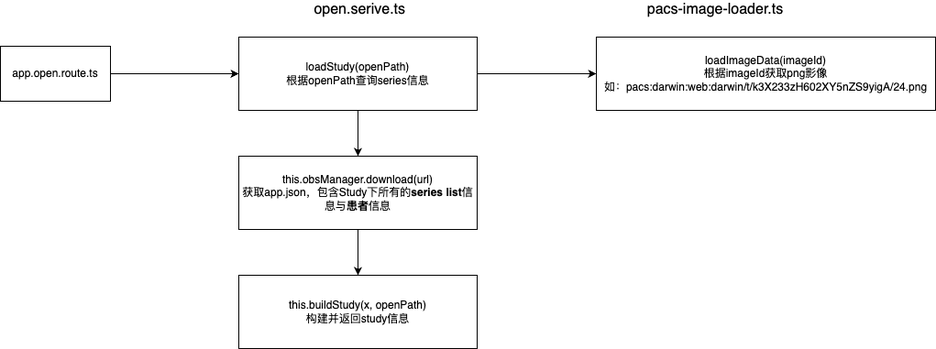
This is 影像阅片器.drawio.png from JYbill/draw, a draw.io export, as it was before one commit. Source tidied: cells renumbered, new cells last; positions are measured from the earlier drawing's top-left corner, leaving out a move shared by most shapes. Its diagram source:
```xml
<mxGraphModel>
  <root>
    <mxCell id="0" />
    <mxCell id="1" parent="0" />
    <mxCell id="2" style="edgeStyle=orthogonalEdgeStyle;rounded=0;jettySize=auto;html=1;exitX=1;exitY=0.5;exitDx=0;exitDy=0;" parent="1" edge="1" source="3" target="6">
      <mxGeometry relative="1" as="geometry" />
    </mxCell>
    <mxCell id="3" value="app.open.route.ts" style="rounded=0;whiteSpace=wrap;html=1;" parent="1" vertex="1">
      <mxGeometry y="50" width="120" height="60" as="geometry" />
    </mxCell>
    <mxCell id="4" style="edgeStyle=orthogonalEdgeStyle;rounded=0;jettySize=auto;html=1;exitX=0.5;exitY=1;exitDx=0;exitDy=0;" parent="1" edge="1" source="6" target="9">
      <mxGeometry relative="1" as="geometry" />
    </mxCell>
    <mxCell id="5" style="edgeStyle=orthogonalEdgeStyle;rounded=0;jettySize=auto;html=1;exitX=1;exitY=0.5;exitDx=0;exitDy=0;entryX=0;entryY=0.5;entryDx=0;entryDy=0;" parent="1" edge="1" source="6" target="12">
      <mxGeometry relative="1" as="geometry" />
    </mxCell>
    <mxCell id="6" value="loadStudy(openPath)&lt;br&gt;根据openPath查询series信息" style="rounded=0;whiteSpace=wrap;html=1;" parent="1" vertex="1">
      <mxGeometry x="260" y="40" width="260" height="80" as="geometry" />
    </mxCell>
    <mxCell id="7" value="&amp;nbsp;open.serive.ts" style="text;html=1;strokeColor=none;fillColor=none;align=center;verticalAlign=middle;whiteSpace=wrap;rounded=0;fontSize=16;" parent="1" vertex="1">
      <mxGeometry x="325" width="130" height="20" as="geometry" />
    </mxCell>
    <mxCell id="8" style="edgeStyle=orthogonalEdgeStyle;rounded=0;jettySize=auto;html=1;exitX=0.5;exitY=1;exitDx=0;exitDy=0;" parent="1" edge="1" source="9" target="10">
      <mxGeometry relative="1" as="geometry" />
    </mxCell>
    <mxCell id="9" value="this.obsManager.download(url)&lt;br&gt;获取app.json，包含Study下所有的&lt;b&gt;series list&lt;/b&gt;信息与&lt;b&gt;患者&lt;/b&gt;信息" style="rounded=0;whiteSpace=wrap;html=1;" parent="1" vertex="1">
      <mxGeometry x="260" y="170" width="260" height="80" as="geometry" />
    </mxCell>
    <mxCell id="10" value="this.buildStudy(x, openPath)&lt;br&gt;构建并返回study信息" style="rounded=0;whiteSpace=wrap;html=1;" parent="1" vertex="1">
      <mxGeometry x="260" y="300" width="260" height="80" as="geometry" />
    </mxCell>
    <mxCell id="11" value="pacs-image-loader.ts" style="text;html=1;strokeColor=none;fillColor=none;align=center;verticalAlign=middle;whiteSpace=wrap;rounded=0;fontSize=16;" parent="1" vertex="1">
      <mxGeometry x="690" width="180" height="20" as="geometry" />
    </mxCell>
    <mxCell id="12" value="loadImageData(imageId)&lt;br&gt;根据imageId获取png影像&lt;br&gt;如：pacs:darwin:web:darwin/t/k3X233zH602XY5nZS9yigA/24.png" style="rounded=0;whiteSpace=wrap;html=1;" parent="1" vertex="1">
      <mxGeometry x="650" y="40" width="370" height="80" as="geometry" />
    </mxCell>
  </root>
</mxGraphModel>
```
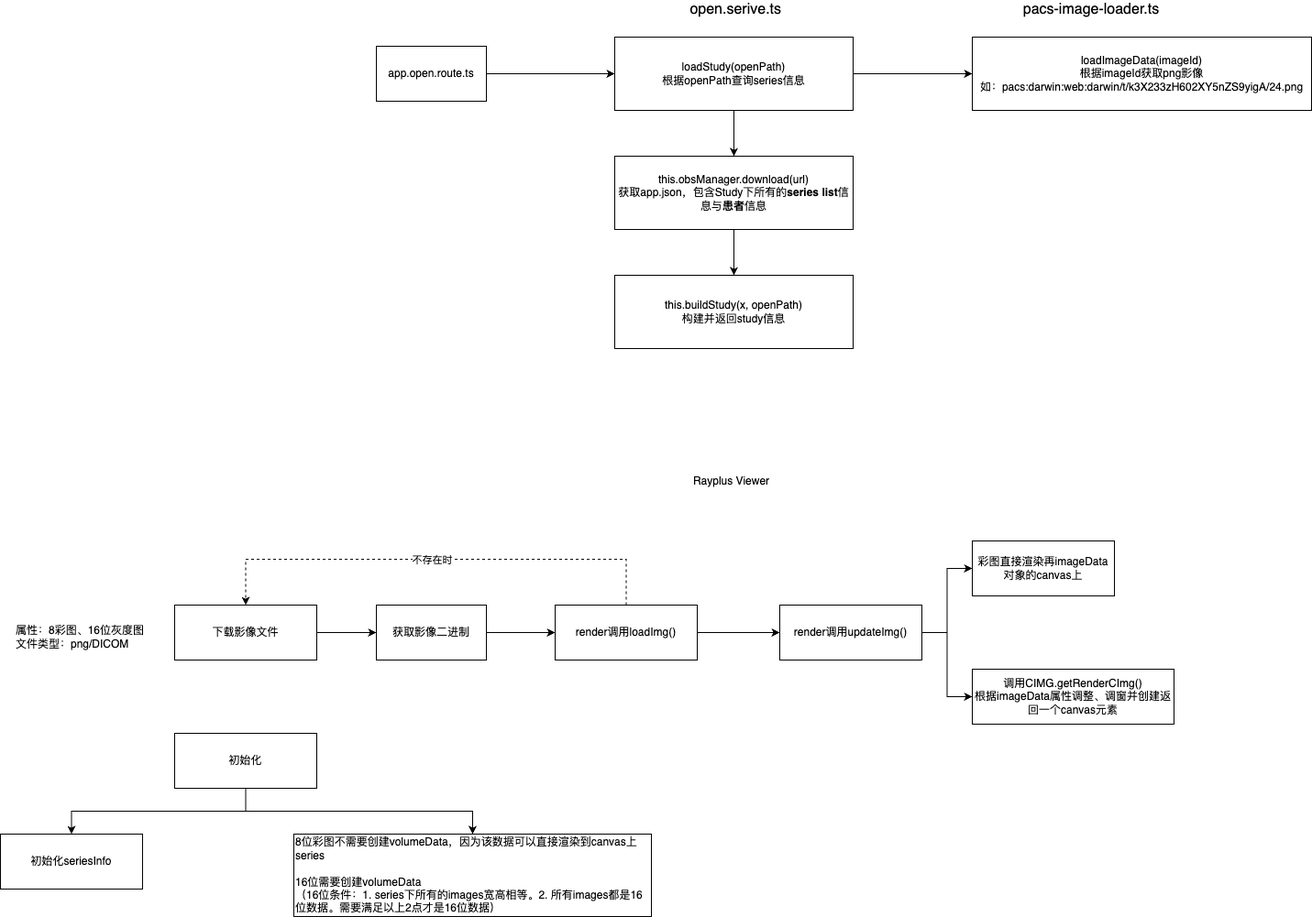
The same diagram one commit later.

Commit message:
更新影像阅片器.drawio.png

Change to the diagram source:
```diff
@@ -35,5 +35,72 @@
     <mxCell id="12" value="loadImageData(imageId)&lt;br&gt;根据imageId获取png影像&lt;br&gt;如：pacs:darwin:web:darwin/t/k3X233zH602XY5nZS9yigA/24.png" style="rounded=0;whiteSpace=wrap;html=1;" parent="1" vertex="1">
       <mxGeometry x="650" y="40" width="370" height="80" as="geometry" />
     </mxCell>
+    <mxCell id="13" value="Rayplus Viewer" style="text;html=1;strokeColor=none;fillColor=none;align=center;verticalAlign=middle;whiteSpace=wrap;rounded=0;" parent="1" vertex="1">
+      <mxGeometry x="255" y="510" width="265" height="30" as="geometry" />
+    </mxCell>
+    <mxCell id="14" style="edgeStyle=orthogonalEdgeStyle;rounded=0;jettySize=auto;html=1;exitX=1;exitY=0.5;exitDx=0;exitDy=0;" parent="1" edge="1" source="15" target="20">
+      <mxGeometry relative="1" as="geometry" />
+    </mxCell>
+    <mxCell id="15" value="获取影像二进制" style="rounded=0;whiteSpace=wrap;html=1;" parent="1" vertex="1">
+      <mxGeometry y="660" width="120" height="60" as="geometry" />
+    </mxCell>
+    <mxCell id="16" value="属性：8彩图、16位灰度图&lt;br&gt;文件类型：png/DICOM" style="text;html=1;strokeColor=none;fillColor=none;align=left;verticalAlign=middle;whiteSpace=wrap;rounded=0;" parent="1" vertex="1">
+      <mxGeometry x="-395" y="660" width="155" height="70" as="geometry" />
+    </mxCell>
+    <mxCell id="17" style="edgeStyle=orthogonalEdgeStyle;rounded=0;jettySize=auto;html=1;exitX=0.5;exitY=0;exitDx=0;exitDy=0;entryX=0.5;entryY=0;entryDx=0;entryDy=0;dashed=1;" parent="1" edge="1" source="20" target="22">
+      <mxGeometry relative="1" as="geometry">
+        <Array as="points">
+          <mxPoint x="273" y="610" />
+          <mxPoint x="-142" y="610" />
+        </Array>
+      </mxGeometry>
+    </mxCell>
+    <mxCell id="18" value="不存在时" style="edgeLabel;html=1;align=center;verticalAlign=middle;" parent="17" vertex="1">
+      <mxGeometry x="-0.05" y="3" relative="1" as="geometry">
+        <mxPoint x="-18" y="-3" as="offset" />
+      </mxGeometry>
+    </mxCell>
+    <mxCell id="19" style="edgeStyle=orthogonalEdgeStyle;rounded=0;jettySize=auto;html=1;exitX=1;exitY=0.5;exitDx=0;exitDy=0;" parent="1" edge="1" source="20" target="25">
+      <mxGeometry relative="1" as="geometry" />
+    </mxCell>
+    <mxCell id="20" value="render调用loadImg()" style="rounded=0;whiteSpace=wrap;html=1;" parent="1" vertex="1">
+      <mxGeometry x="195" y="660" width="155" height="60" as="geometry" />
+    </mxCell>
+    <mxCell id="21" style="edgeStyle=orthogonalEdgeStyle;rounded=0;jettySize=auto;html=1;exitX=1;exitY=0.5;exitDx=0;exitDy=0;entryX=0;entryY=0.5;entryDx=0;entryDy=0;" parent="1" edge="1" source="22" target="15">
+      <mxGeometry relative="1" as="geometry" />
+    </mxCell>
+    <mxCell id="22" value="下载影像文件" style="rounded=0;whiteSpace=wrap;html=1;" parent="1" vertex="1">
+      <mxGeometry x="-220" y="660" width="155" height="60" as="geometry" />
+    </mxCell>
+    <mxCell id="23" style="edgeStyle=orthogonalEdgeStyle;rounded=0;jettySize=auto;html=1;exitX=1;exitY=0.5;exitDx=0;exitDy=0;entryX=0;entryY=0.5;entryDx=0;entryDy=0;" parent="1" edge="1" source="25" target="26">
+      <mxGeometry relative="1" as="geometry" />
+    </mxCell>
+    <mxCell id="24" style="edgeStyle=orthogonalEdgeStyle;rounded=0;jettySize=auto;html=1;exitX=1;exitY=0.5;exitDx=0;exitDy=0;entryX=0;entryY=0.5;entryDx=0;entryDy=0;" parent="1" edge="1" source="25" target="27">
+      <mxGeometry relative="1" as="geometry" />
+    </mxCell>
+    <mxCell id="25" value="render调用updateImg&lt;span style=&quot;background-color: initial;&quot;&gt;()&lt;/span&gt;" style="rounded=0;whiteSpace=wrap;html=1;" parent="1" vertex="1">
+      <mxGeometry x="440" y="660" width="155" height="60" as="geometry" />
+    </mxCell>
+    <mxCell id="26" value="彩图直接渲染再imageData对象的canvas上" style="rounded=0;whiteSpace=wrap;html=1;" parent="1" vertex="1">
+      <mxGeometry x="650" y="590" width="155" height="60" as="geometry" />
+    </mxCell>
+    <mxCell id="27" value="调用CIMG.getRenderCImg()&lt;br&gt;根据imageData属性调整、调窗并创建返回一个canvas元素" style="rounded=0;whiteSpace=wrap;html=1;" parent="1" vertex="1">
+      <mxGeometry x="650" y="730" width="220" height="60" as="geometry" />
+    </mxCell>
+    <mxCell id="28" style="edgeStyle=orthogonalEdgeStyle;rounded=0;jettySize=auto;html=1;exitX=0.5;exitY=1;exitDx=0;exitDy=0;" parent="1" edge="1" source="30" target="31">
+      <mxGeometry relative="1" as="geometry" />
+    </mxCell>
+    <mxCell id="29" style="edgeStyle=orthogonalEdgeStyle;rounded=0;jettySize=auto;html=1;exitX=0.5;exitY=1;exitDx=0;exitDy=0;" parent="1" edge="1" source="30" target="32">
+      <mxGeometry relative="1" as="geometry" />
+    </mxCell>
+    <mxCell id="30" value="初始化" style="rounded=0;whiteSpace=wrap;html=1;" parent="1" vertex="1">
+      <mxGeometry x="-220" y="800" width="155" height="60" as="geometry" />
+    </mxCell>
+    <mxCell id="31" value="初始化seriesInfo" style="rounded=0;whiteSpace=wrap;html=1;" parent="1" vertex="1">
+      <mxGeometry x="-410" y="910" width="155" height="60" as="geometry" />
+    </mxCell>
+    <mxCell id="32" value="8位彩图不需要创建volumeData，因为该数据可以直接渲染到canvas上&lt;br style=&quot;border-color: var(--border-color);&quot;&gt;series&lt;br&gt;&lt;br&gt;16位需要创建volumeData&lt;br&gt;（16位条件：1. series下所有的images宽高相等。2. 所有images都是16位数据。需要满足以上2点才是16位数据）" style="rounded=0;whiteSpace=wrap;html=1;align=left;" parent="1" vertex="1">
+      <mxGeometry x="-90" y="910" width="390" height="90" as="geometry" />
+    </mxCell>
   </root>
 </mxGraphModel>
```
